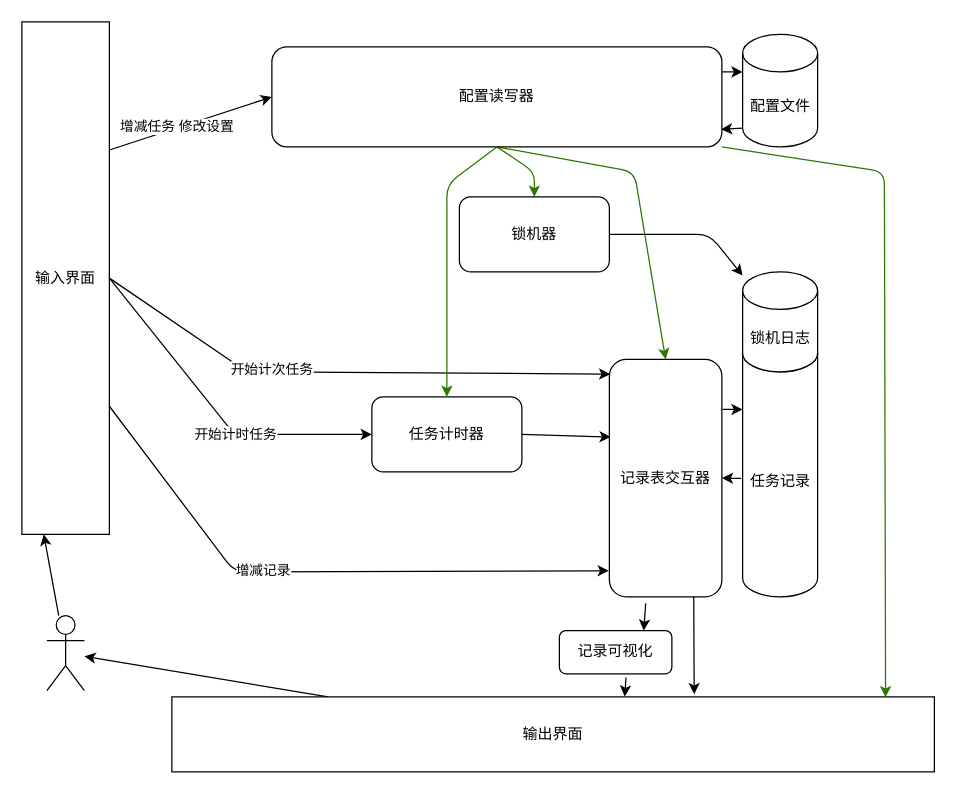
Above: architecture.drawio in cmzbutqq/TimeController (draw.io), before the change. Source tidied: cells renumbered, new cells numbered last; positions are measured from the earlier drawing's top-left corner, leaving out a move shared by most shapes. Both pictures are drawn from the tidied source at 125%, with x=0, y=0 at pixel (21, 21).
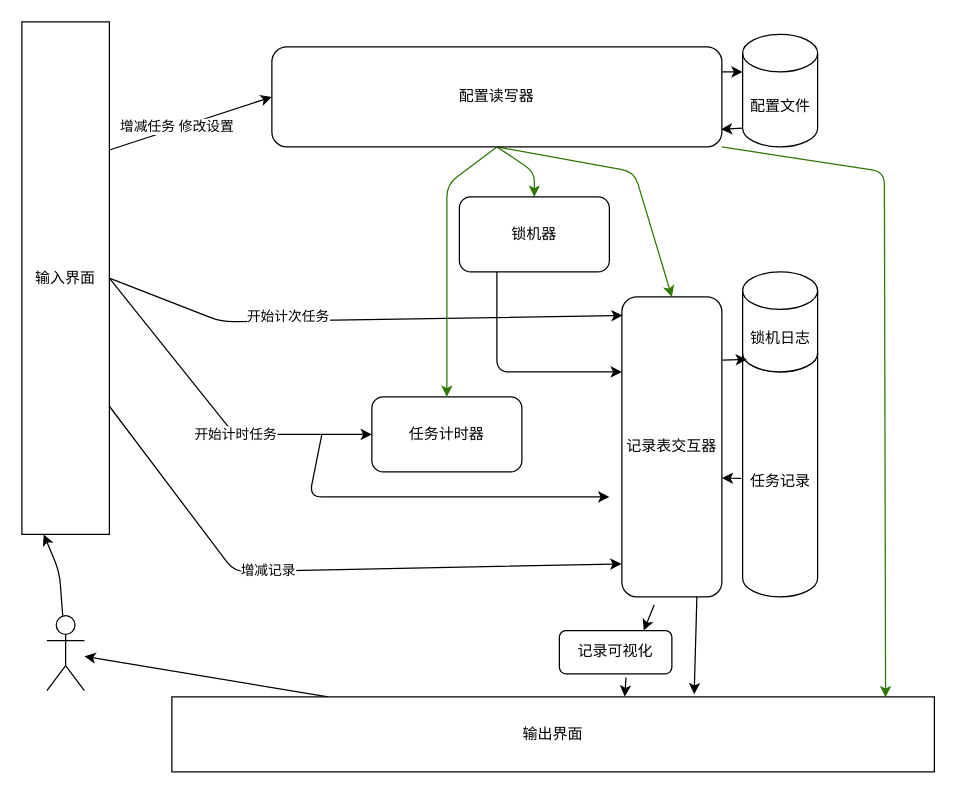
After the change.

Unchanged cells that the change refers to:
```xml
<mxCell id="5" value="任务记录" style="shape=cylinder3;whiteSpace=wrap;html=1;boundedLbl=1;backgroundOutline=1;size=15;" parent="1" vertex="1">
  <mxGeometry x="576.6" y="250" width="60" height="210" as="geometry" />
</mxCell>
<mxCell id="6" value="锁机日志" style="shape=cylinder3;whiteSpace=wrap;html=1;boundedLbl=1;backgroundOutline=1;size=15;" parent="1" vertex="1">
  <mxGeometry x="576.6" y="200" width="60" height="80" as="geometry" />
</mxCell>
<mxCell id="8" value="任务计时器" style="rounded=1;whiteSpace=wrap;html=1;" parent="1" vertex="1">
  <mxGeometry x="280" y="300" width="120" height="60" as="geometry" />
</mxCell>
<mxCell id="20" value="输入界面" style="rounded=0;whiteSpace=wrap;html=1;" parent="1" vertex="1">
  <mxGeometry width="70" height="410" as="geometry" />
</mxCell>
<mxCell id="24" style="shape=umlActor;verticalLabelPosition=bottom;verticalAlign=top;html=1;outlineConnect=0;" parent="1" vertex="1">
  <mxGeometry x="20" y="475" width="30" height="60" as="geometry" />
</mxCell>
<mxCell id="34" value="锁机器" style="rounded=1;whiteSpace=wrap;html=1;" parent="1" vertex="1">
  <mxGeometry x="350" y="140" width="120" height="60" as="geometry" />
</mxCell>
```

Diff of the diagram source:
```diff
@@
-    <mxCell id="4" style="edgeStyle=none;html=1;entryX=1;entryY=0.5;entryDx=0;entryDy=0;exitX=-0.019;exitY=0.549;exitDx=0;exitDy=0;exitPerimeter=0;" parent="1" edge="1" source="5" target="10">
+    <mxCell id="4" style="edgeStyle=none;html=1;exitX=-0.019;exitY=0.549;exitDx=0;exitDy=0;exitPerimeter=0;entryX=1;entryY=0.604;entryDx=0;entryDy=0;entryPerimeter=0;" parent="1" edge="1" source="5" target="10">
       <mxGeometry relative="1" as="geometry" />
     </mxCell>
@@
-    <mxCell id="7" style="edgeStyle=none;html=1;exitX=1;exitY=0.5;exitDx=0;exitDy=0;entryX=0.012;entryY=0.327;entryDx=0;entryDy=0;entryPerimeter=0;" parent="1" edge="1" source="8" target="10">
-      <mxGeometry relative="1" as="geometry" />
+    <mxCell id="7" style="edgeStyle=none;html=1;" parent="1" edge="1">
+      <mxGeometry relative="1" as="geometry">
+        <mxPoint x="240" y="330" as="sourcePoint" />
+        <mxPoint x="470" y="380" as="targetPoint" />
+        <Array as="points">
+          <mxPoint x="230" y="380" />
+        </Array>
+      </mxGeometry>
     </mxCell>
@@
-    <mxCell id="9" style="edgeStyle=none;html=1;entryX=0;entryY=0;entryDx=0;entryDy=60;entryPerimeter=0;exitX=1.007;exitY=0.211;exitDx=0;exitDy=0;exitPerimeter=0;" parent="1" edge="1" source="10" target="5">
-      <mxGeometry relative="1" as="geometry" />
+    <mxCell id="9" style="edgeStyle=none;html=1;exitX=1.007;exitY=0.211;exitDx=0;exitDy=0;exitPerimeter=0;" parent="1" edge="1" source="10">
+      <mxGeometry relative="1" as="geometry">
+        <mxPoint x="580" y="270" as="targetPoint" />
+      </mxGeometry>
     </mxCell>
     <mxCell id="10" value="记录表交互器" style="rounded=1;whiteSpace=wrap;html=1;" parent="1" vertex="1">
-      <mxGeometry x="470" y="270" width="90" height="190" as="geometry" />
+      <mxGeometry x="480" y="220" width="80" height="240" as="geometry" />
     </mxCell>
@@
     <mxCell id="14" style="edgeStyle=none;html=1;exitX=1;exitY=0.5;exitDx=0;exitDy=0;entryX=0.008;entryY=0.062;entryDx=0;entryDy=0;entryPerimeter=0;" parent="1" edge="1" source="20" target="10">
       <mxGeometry relative="1" as="geometry">
         <Array as="points">
-          <mxPoint x="180" y="280" />
+          <mxPoint x="160" y="240" />
         </Array>
       </mxGeometry>
     </mxCell>
@@
     <mxCell id="23" style="edgeStyle=none;html=1;entryX=0.25;entryY=1;entryDx=0;entryDy=0;" parent="1" edge="1" source="24" target="20">
-      <mxGeometry relative="1" as="geometry" />
+      <mxGeometry relative="1" as="geometry">
+        <Array as="points">
+          <mxPoint x="30" y="440" />
+        </Array>
+      </mxGeometry>
     </mxCell>
@@
-    <mxCell id="33" style="edgeStyle=none;html=1;exitX=1;exitY=0.5;exitDx=0;exitDy=0;" parent="1" edge="1" source="34" target="6">
+    <mxCell id="33" style="edgeStyle=none;html=1;exitX=0.25;exitY=1;exitDx=0;exitDy=0;exitPerimeter=0;entryX=0;entryY=0.25;entryDx=0;entryDy=0;entryPerimeter=0;" parent="1" edge="1" source="34" target="10">
       <mxGeometry relative="1" as="geometry">
         <Array as="points">
-          <mxPoint x="550" y="170" />
+          <mxPoint x="380" y="280" />
         </Array>
       </mxGeometry>
     </mxCell>
```
